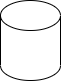
This is images/my_diagram.png from hungnh103/demo_drawio, a draw.io export, as it was before one commit. Source tidied: cells renumbered, new cells last; positions are measured from the earlier drawing's top-left corner, leaving out a move shared by most shapes. Source of this version:
```xml
<mxGraphModel>
  <root>
    <mxCell id="0" />
    <mxCell id="1" parent="0" />
    <mxCell id="2" style="shape=cylinder3;whiteSpace=wrap;html=1;boundedLbl=1;backgroundOutline=1;size=15;" parent="1" vertex="1">
      <mxGeometry width="60" height="80" as="geometry" />
    </mxCell>
  </root>
</mxGraphModel>
```
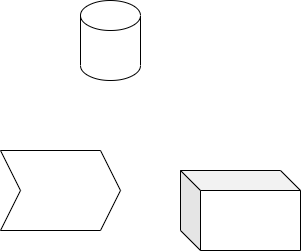
The same file after the commit.

What changed in the source:
```diff
@@ -5,5 +5,11 @@
     <mxCell id="2" style="shape=cylinder3;whiteSpace=wrap;html=1;boundedLbl=1;backgroundOutline=1;size=15;" parent="1" vertex="1">
       <mxGeometry width="60" height="80" as="geometry" />
     </mxCell>
+    <mxCell id="3" style="shape=cube;whiteSpace=wrap;html=1;boundedLbl=1;backgroundOutline=1;darkOpacity=0.05;darkOpacity2=0.1;" parent="1" vertex="1">
+      <mxGeometry x="100" y="170" width="120" height="80" as="geometry" />
+    </mxCell>
+    <mxCell id="4" style="shape=step;perimeter=stepPerimeter;whiteSpace=wrap;html=1;fixedSize=1;" parent="1" vertex="1">
+      <mxGeometry x="-80" y="150" width="120" height="80" as="geometry" />
+    </mxCell>
   </root>
 </mxGraphModel>
```
